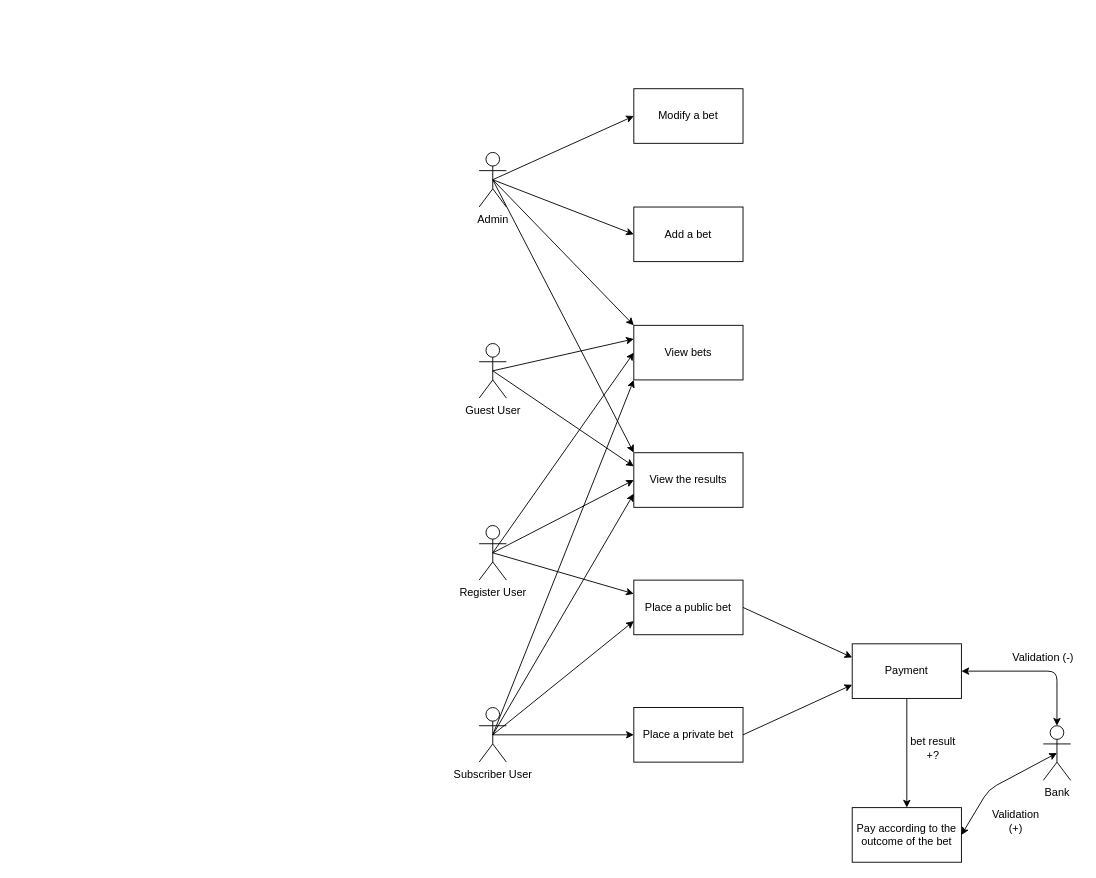
The draw.io diagram diagrama_de_caso.drawio in danielgomezobraztsov/sis_web1_casa-apuestas, before the edit. Source tidied: cells renumbered, new cells numbered last; positions are measured from the earlier drawing's top-left corner, leaving out a move shared by most shapes. Both pictures are drawn from the tidied source at 91%, with x=0, y=0 at pixel (479, 88).
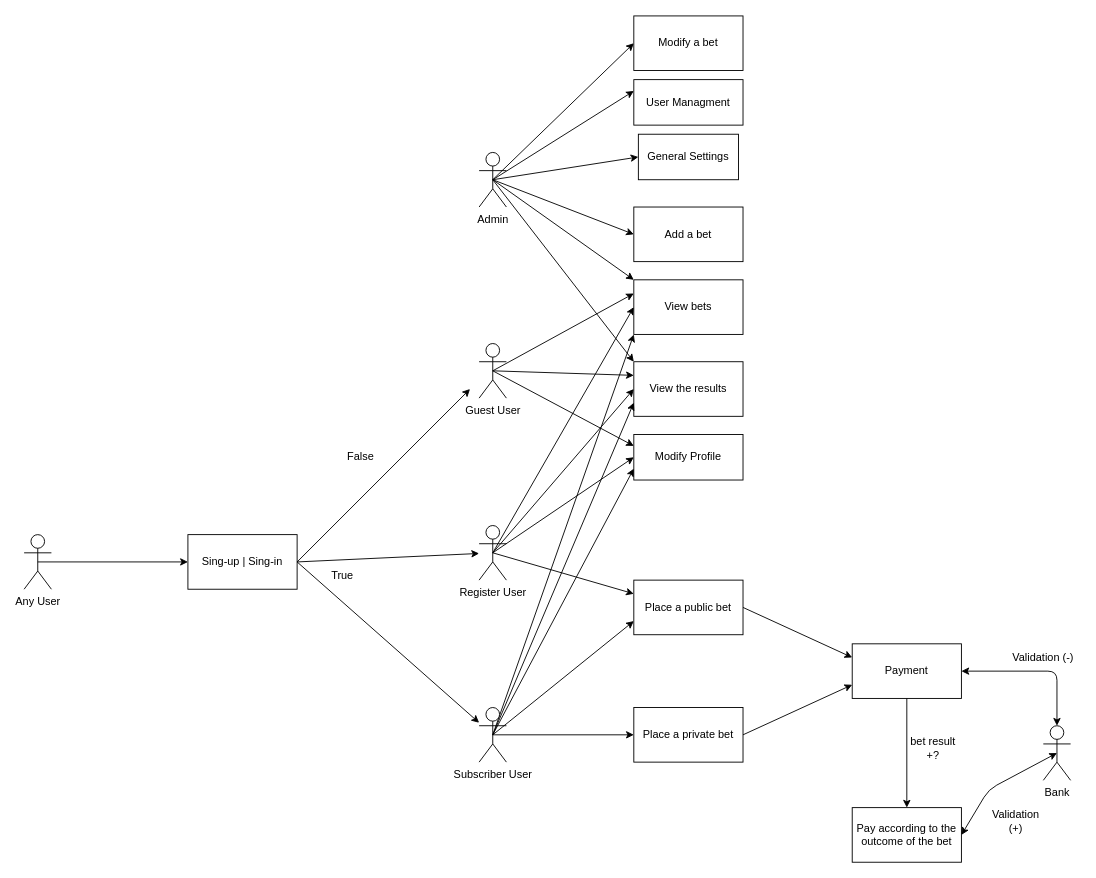
The same diagram, later.

Unchanged cells that the change refers to:
```xml
<mxCell id="6" value="Admin" style="shape=umlActor;verticalLabelPosition=bottom;verticalAlign=top;html=1;outlineConnect=0;" parent="1" vertex="1">
  <mxGeometry y="70" width="30" height="60" as="geometry" />
</mxCell>
<mxCell id="9" value="Guest User" style="shape=umlActor;verticalLabelPosition=bottom;verticalAlign=top;html=1;outlineConnect=0;" parent="1" vertex="1">
  <mxGeometry y="280" width="30" height="60" as="geometry" />
</mxCell>
<mxCell id="13" value="Register User" style="shape=umlActor;verticalLabelPosition=bottom;verticalAlign=top;html=1;outlineConnect=0;" parent="1" vertex="1">
  <mxGeometry y="480" width="30" height="60" as="geometry" />
</mxCell>
<mxCell id="17" value="Subscriber User" style="shape=umlActor;verticalLabelPosition=bottom;verticalAlign=top;html=1;outlineConnect=0;" parent="1" vertex="1">
  <mxGeometry y="680" width="30" height="60" as="geometry" />
</mxCell>
```

Change to the diagram source:
```diff
@@
     <mxCell id="18" value="Modify a bet" style="rounded=0;whiteSpace=wrap;html=1;" parent="1" vertex="1">
-      <mxGeometry x="170" width="120" height="60" as="geometry" />
+      <mxGeometry x="170" y="-80" width="120" height="60" as="geometry" />
     </mxCell>
@@
     <mxCell id="20" value="View bets" style="rounded=0;whiteSpace=wrap;html=1;" parent="1" vertex="1">
-      <mxGeometry x="170" y="260" width="120" height="60" as="geometry" />
+      <mxGeometry x="170" y="210" width="120" height="60" as="geometry" />
     </mxCell>
     <mxCell id="21" value="View the results" style="rounded=0;whiteSpace=wrap;html=1;" parent="1" vertex="1">
-      <mxGeometry x="170" y="400" width="120" height="60" as="geometry" />
+      <mxGeometry x="170" y="300" width="120" height="60" as="geometry" />
     </mxCell>
@@
+    <mxCell id="36" value="Sing-up | Sing-in" style="rounded=0;whiteSpace=wrap;html=1;" parent="1" vertex="1">
+      <mxGeometry x="-320" y="490" width="120" height="60" as="geometry" />
+    </mxCell>
+    <mxCell id="37" style="endArrow=classic;html=1;exitX=1;exitY=0.5;exitDx=0;exitDy=0;" parent="1" edge="1" source="36" target="17">
+      <mxGeometry relative="1" as="geometry" />
+    </mxCell>
+    <mxCell id="38" style="endArrow=classic;html=1;exitX=1;exitY=0.5;exitDx=0;exitDy=0;" parent="1" edge="1" source="36" target="13">
+      <mxGeometry relative="1" as="geometry" />
+    </mxCell>
+    <mxCell id="39" style="endArrow=classic;html=1;exitX=1;exitY=0.5;exitDx=0;exitDy=0;" parent="1" edge="1" source="36">
+      <mxGeometry relative="1" as="geometry">
+        <mxPoint x="-10" y="330" as="targetPoint" />
+      </mxGeometry>
+    </mxCell>
+    <mxCell id="40" value="False" style="text;html=1;align=center;verticalAlign=middle;whiteSpace=wrap;rounded=0;" parent="1" vertex="1">
+      <mxGeometry x="-160" y="390" width="60" height="30" as="geometry" />
+    </mxCell>
+    <mxCell id="41" value="True" style="text;html=1;align=center;verticalAlign=middle;whiteSpace=wrap;rounded=0;" parent="1" vertex="1">
+      <mxGeometry x="-180" y="520" width="60" height="30" as="geometry" />
+    </mxCell>
+    <mxCell id="42" value="Any User" style="shape=umlActor;verticalLabelPosition=bottom;verticalAlign=top;html=1;outlineConnect=0;" parent="1" vertex="1">
+      <mxGeometry x="-500" y="490" width="30" height="60" as="geometry" />
+    </mxCell>
+    <mxCell id="43" style="endArrow=classic;html=1;exitX=0.5;exitY=0.5;exitDx=0;exitDy=0;exitPerimeter=0;entryX=0;entryY=0.5;entryDx=0;entryDy=0;" parent="1" edge="1" source="42" target="36">
+      <mxGeometry relative="1" as="geometry" />
+    </mxCell>
+    <mxCell id="44" value="Modify Profile" style="rounded=0;whiteSpace=wrap;html=1;" parent="1" vertex="1">
+      <mxGeometry x="170" y="380" width="120" height="50" as="geometry" />
+    </mxCell>
+    <mxCell id="45" style="endArrow=classic;html=1;exitX=0.5;exitY=0.5;exitDx=0;exitDy=0;exitPerimeter=0;entryX=0;entryY=0.25;entryDx=0;entryDy=0;" parent="1" edge="1" source="9" target="44">
+      <mxGeometry relative="1" as="geometry" />
+    </mxCell>
+    <mxCell id="46" style="endArrow=classic;html=1;exitX=0.5;exitY=0.5;exitDx=0;exitDy=0;exitPerimeter=0;entryX=0;entryY=0.5;entryDx=0;entryDy=0;" parent="1" edge="1" source="13" target="44">
+      <mxGeometry relative="1" as="geometry" />
+    </mxCell>
+    <mxCell id="47" style="endArrow=classic;html=1;exitX=0.5;exitY=0.5;exitDx=0;exitDy=0;exitPerimeter=0;entryX=0;entryY=0.75;entryDx=0;entryDy=0;" parent="1" edge="1" source="17" target="44">
+      <mxGeometry relative="1" as="geometry" />
+    </mxCell>
+    <mxCell id="48" value="User Managment" style="rounded=0;whiteSpace=wrap;html=1;" parent="1" vertex="1">
+      <mxGeometry x="170" y="-10" width="120" height="50" as="geometry" />
+    </mxCell>
+    <mxCell id="49" style="endArrow=classic;html=1;exitX=0.5;exitY=0.5;exitDx=0;exitDy=0;exitPerimeter=0;entryX=0;entryY=0.25;entryDx=0;entryDy=0;" parent="1" edge="1" source="6" target="48">
+      <mxGeometry relative="1" as="geometry" />
+    </mxCell>
+    <mxCell id="50" value="General Settings" style="rounded=0;whiteSpace=wrap;html=1;" parent="1" vertex="1">
+      <mxGeometry x="175" y="50" width="110" height="50" as="geometry" />
+    </mxCell>
+    <mxCell id="51" style="endArrow=classic;html=1;exitX=0.5;exitY=0.5;exitDx=0;exitDy=0;exitPerimeter=0;entryX=0;entryY=0.5;entryDx=0;entryDy=0;" parent="1" edge="1" source="6" target="50">
+      <mxGeometry relative="1" as="geometry" />
+    </mxCell>
```
